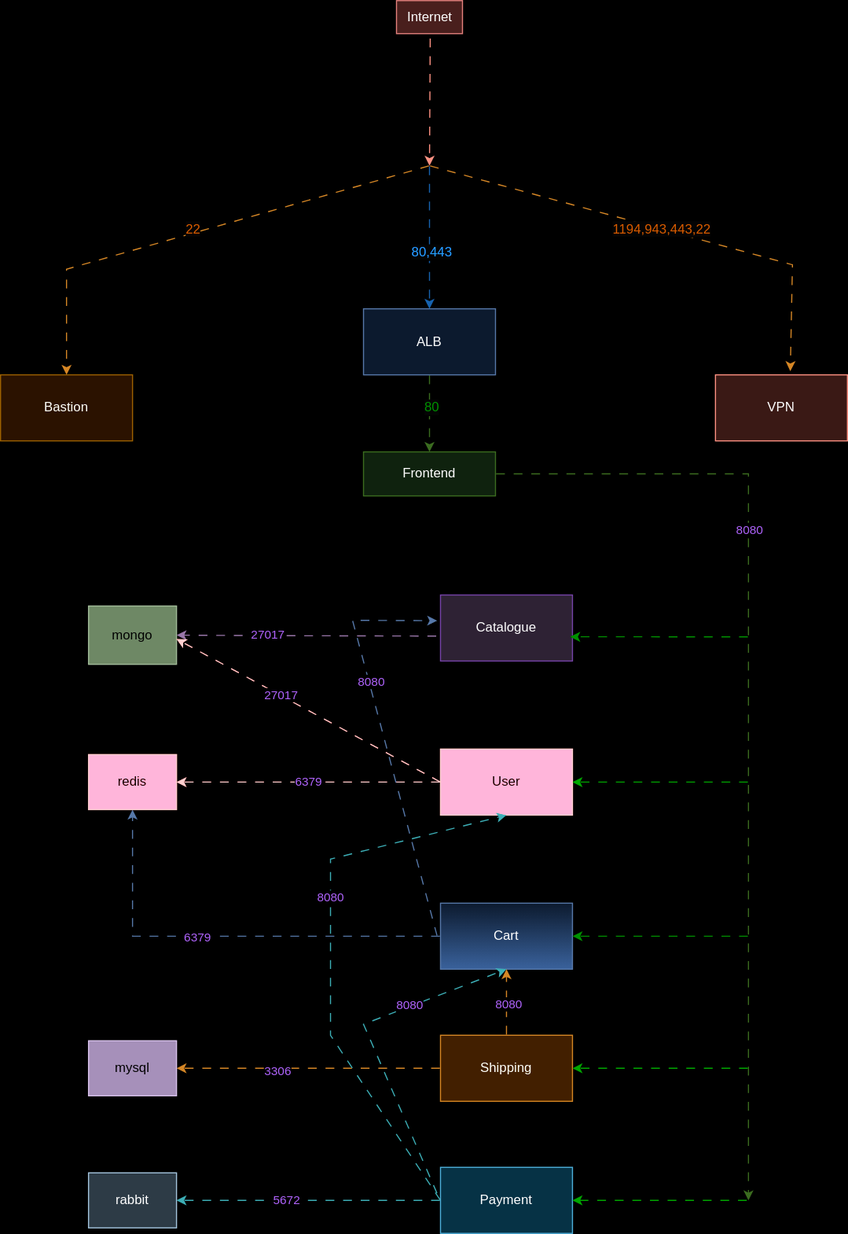
Above: sg.drawio.svg in ullagallu123/infra-instana-ecs (draw.io), before the change. Source tidied: cells renumbered, new cells last; positions are measured from the earlier drawing's top-left corner, leaving out a move shared by most shapes.
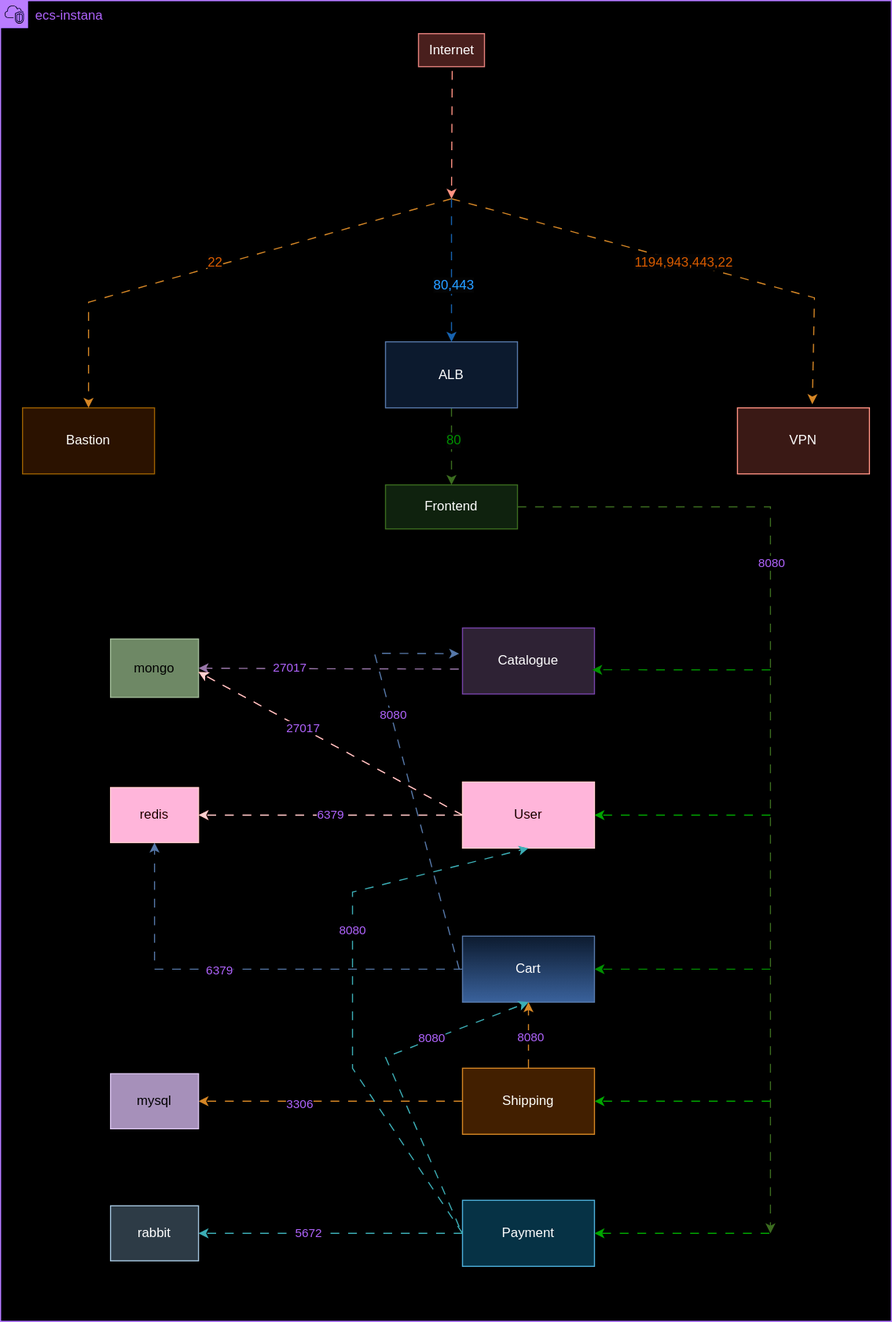
The same diagram one commit later.

Commit message:
added vpc block sg.drawio.svg

Diff of the diagram source:
```diff
@@ -210,5 +210,8 @@
     <mxCell id="48" value="&lt;font color=&quot;#b266ff&quot;&gt;8080&lt;/font&gt;" style="edgeLabel;html=1;align=center;verticalAlign=middle;" parent="47" vertex="1">
       <mxGeometry x="0.21" y="1" relative="1" as="geometry" />
     </mxCell>
+    <mxCell id="49" value="&lt;font color=&quot;#b266ff&quot;&gt;ecs-instana&lt;/font&gt;&lt;div&gt;&lt;br&gt;&lt;/div&gt;" style="gradientColor=none;html=1;whiteSpace=wrap;fontSize=12;fontStyle=0;shape=mxgraph.aws4.group;grIcon=mxgraph.aws4.group_vpc2;strokeColor=#8C4FFF;fillColor=none;verticalAlign=top;align=left;spacingLeft=30;fontColor=#AAB7B8;dashed=0;" parent="1" vertex="1">
+      <mxGeometry x="-20" y="-30" width="810" height="1200" as="geometry" />
+    </mxCell>
   </root>
 </mxGraphModel>
```
